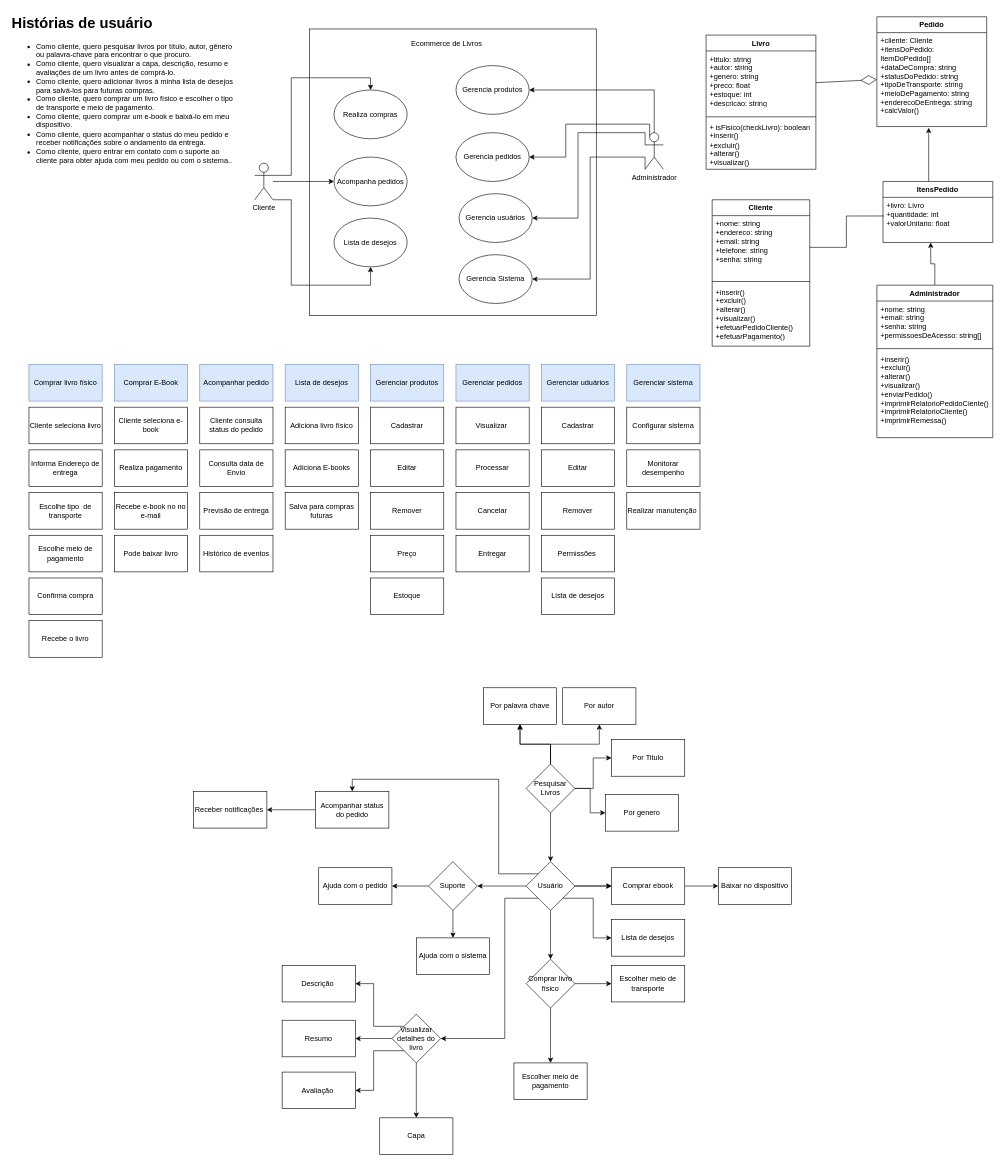
This is Diagrama sem nome.drawio from kadumaia/kadumaia, a draw.io file, before an edit. Source tidied: cells renumbered, new cells numbered last; positions are measured from the earlier drawing's top-left corner, leaving out a move shared by most shapes. Both pictures are drawn from the tidied source at 61%, with x=0, y=0 at pixel (10, 10).
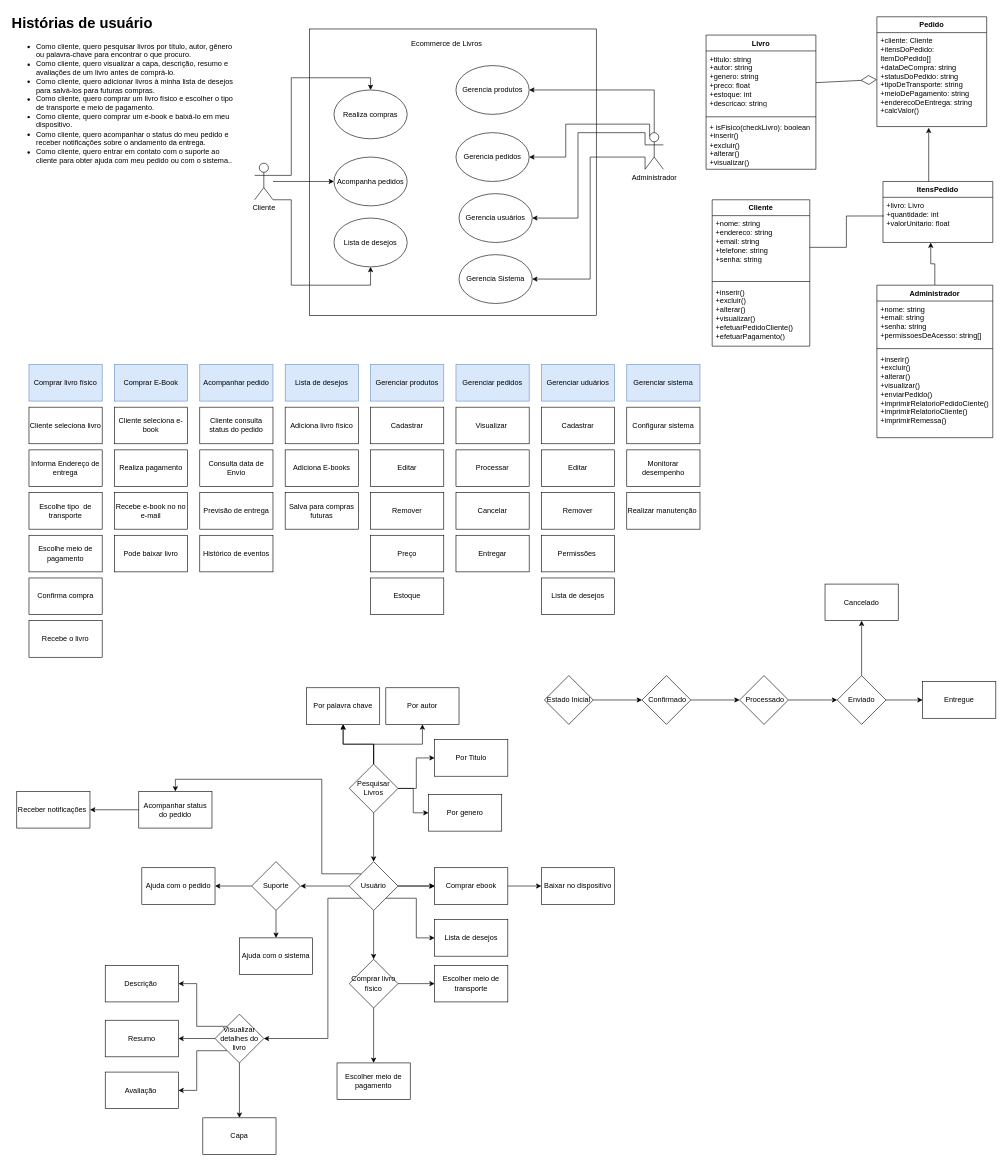
After the change.

Change to the diagram source:
```diff
@@
     <mxCell id="89" value="Pesquisar Livros" style="rhombus;whiteSpace=wrap;html=1;" parent="1" vertex="1">
-      <mxGeometry x="845" y="1235" width="80" height="80" as="geometry" />
+      <mxGeometry x="555" y="1235" width="80" height="80" as="geometry" />
     </mxCell>
     <mxCell id="90" value="Por Titulo" style="whiteSpace=wrap;html=1;" parent="1" vertex="1">
-      <mxGeometry x="985" y="1195" width="120" height="60" as="geometry" />
+      <mxGeometry x="695" y="1195" width="120" height="60" as="geometry" />
     </mxCell>
     <mxCell id="91" value="Por genero" style="whiteSpace=wrap;html=1;" parent="1" vertex="1">
-      <mxGeometry x="975" y="1285" width="120" height="60" as="geometry" />
+      <mxGeometry x="685" y="1285" width="120" height="60" as="geometry" />
     </mxCell>
     <mxCell id="92" value="Por palavra chave" style="whiteSpace=wrap;html=1;" parent="1" vertex="1">
-      <mxGeometry x="775" y="1110" width="120" height="60" as="geometry" />
+      <mxGeometry x="485" y="1110" width="120" height="60" as="geometry" />
     </mxCell>
     <mxCell id="93" value="Por autor" style="rounded=0;whiteSpace=wrap;html=1;" parent="1" vertex="1">
-      <mxGeometry x="905" y="1110" width="120" height="60" as="geometry" />
+      <mxGeometry x="615" y="1110" width="120" height="60" as="geometry" />
     </mxCell>
@@
     <mxCell id="98" style="edgeStyle=orthogonalEdgeStyle;rounded=0;jettySize=auto;html=1;exitX=0;exitY=0;exitDx=0;exitDy=0;entryX=0.5;entryY=0;entryDx=0;entryDy=0;" parent="1" edge="1" source="101" target="116">
       <mxGeometry relative="1" as="geometry">
         <Array as="points">
-          <mxPoint x="800" y="1415" />
-          <mxPoint x="800" y="1260" />
-          <mxPoint x="560" y="1260" />
+          <mxPoint x="510" y="1415" />
+          <mxPoint x="510" y="1260" />
+          <mxPoint x="270" y="1260" />
         </Array>
       </mxGeometry>
     </mxCell>
@@
     <mxCell id="100" style="edgeStyle=orthogonalEdgeStyle;rounded=0;jettySize=auto;html=1;exitX=0;exitY=1;exitDx=0;exitDy=0;entryX=1;entryY=0.5;entryDx=0;entryDy=0;" parent="1" edge="1" source="101" target="123">
       <mxGeometry relative="1" as="geometry">
         <Array as="points">
-          <mxPoint x="810" y="1455" />
-          <mxPoint x="810" y="1685" />
+          <mxPoint x="520" y="1455" />
+          <mxPoint x="520" y="1685" />
         </Array>
       </mxGeometry>
     </mxCell>
     <mxCell id="101" value="Usuário" style="rhombus;whiteSpace=wrap;html=1;" parent="1" vertex="1">
-      <mxGeometry x="845" y="1395" width="80" height="80" as="geometry" />
+      <mxGeometry x="555" y="1395" width="80" height="80" as="geometry" />
     </mxCell>
@@
     <mxCell id="103" value="Comprar ebook" style="whiteSpace=wrap;html=1;" parent="1" vertex="1">
-      <mxGeometry x="985" y="1405" width="120" height="60" as="geometry" />
+      <mxGeometry x="695" y="1405" width="120" height="60" as="geometry" />
     </mxCell>
     <mxCell id="104" value="Baixar no dispositivo" style="whiteSpace=wrap;html=1;" parent="1" vertex="1">
-      <mxGeometry x="1160" y="1405" width="120" height="60" as="geometry" />
+      <mxGeometry x="870" y="1405" width="120" height="60" as="geometry" />
     </mxCell>
@@
     <mxCell id="107" value="Comprar livro físico" style="rhombus;whiteSpace=wrap;html=1;" parent="1" vertex="1">
-      <mxGeometry x="845" y="1555" width="80" height="80" as="geometry" />
+      <mxGeometry x="555" y="1555" width="80" height="80" as="geometry" />
     </mxCell>
     <mxCell id="108" value="Escolher meio de transporte" style="whiteSpace=wrap;html=1;" parent="1" vertex="1">
-      <mxGeometry x="985" y="1565" width="120" height="60" as="geometry" />
+      <mxGeometry x="695" y="1565" width="120" height="60" as="geometry" />
     </mxCell>
     <mxCell id="109" value="Escolher meio de pagamento" style="whiteSpace=wrap;html=1;" parent="1" vertex="1">
-      <mxGeometry x="825" y="1725" width="120" height="60" as="geometry" />
+      <mxGeometry x="535" y="1725" width="120" height="60" as="geometry" />
     </mxCell>
@@
     <mxCell id="112" value="Suporte" style="rhombus;whiteSpace=wrap;html=1;" parent="1" vertex="1">
-      <mxGeometry x="685" y="1395" width="80" height="80" as="geometry" />
+      <mxGeometry x="395" y="1395" width="80" height="80" as="geometry" />
     </mxCell>
     <mxCell id="113" value="Ajuda com o pedido" style="whiteSpace=wrap;html=1;" parent="1" vertex="1">
-      <mxGeometry x="505" y="1405" width="120" height="60" as="geometry" />
+      <mxGeometry x="215" y="1405" width="120" height="60" as="geometry" />
     </mxCell>
     <mxCell id="114" value="Ajuda com o sistema" style="whiteSpace=wrap;html=1;" parent="1" vertex="1">
-      <mxGeometry x="665" y="1520" width="120" height="60" as="geometry" />
+      <mxGeometry x="375" y="1520" width="120" height="60" as="geometry" />
     </mxCell>
@@
     <mxCell id="116" value="Acompanhar status do pedido" style="rounded=0;whiteSpace=wrap;html=1;" parent="1" vertex="1">
-      <mxGeometry x="500" y="1280" width="120" height="60" as="geometry" />
+      <mxGeometry x="210" y="1280" width="120" height="60" as="geometry" />
     </mxCell>
     <mxCell id="117" value="Receber notificações&amp;nbsp;" style="whiteSpace=wrap;html=1;rounded=0;" parent="1" vertex="1">
-      <mxGeometry x="300" y="1280" width="120" height="60" as="geometry" />
+      <mxGeometry x="10" y="1280" width="120" height="60" as="geometry" />
     </mxCell>
     <mxCell id="118" value="Lista de desejos" style="rounded=0;whiteSpace=wrap;html=1;" parent="1" vertex="1">
-      <mxGeometry x="985" y="1490" width="120" height="60" as="geometry" />
+      <mxGeometry x="695" y="1490" width="120" height="60" as="geometry" />
     </mxCell>
@@
     <mxCell id="123" value="Visualizar detalhes do livro" style="rhombus;whiteSpace=wrap;html=1;" parent="1" vertex="1">
-      <mxGeometry x="625" y="1645" width="80" height="80" as="geometry" />
+      <mxGeometry x="335" y="1645" width="80" height="80" as="geometry" />
     </mxCell>
     <mxCell id="124" value="Capa" style="whiteSpace=wrap;html=1;" parent="1" vertex="1">
-      <mxGeometry x="605" y="1815" width="120" height="60" as="geometry" />
+      <mxGeometry x="315" y="1815" width="120" height="60" as="geometry" />
     </mxCell>
     <mxCell id="125" value="Resumo" style="whiteSpace=wrap;html=1;" parent="1" vertex="1">
-      <mxGeometry x="445" y="1655" width="120" height="60" as="geometry" />
+      <mxGeometry x="155" y="1655" width="120" height="60" as="geometry" />
     </mxCell>
     <mxCell id="126" value="Avaliação&amp;nbsp;" style="rounded=0;whiteSpace=wrap;html=1;" parent="1" vertex="1">
-      <mxGeometry x="445" y="1740" width="120" height="60" as="geometry" />
+      <mxGeometry x="155" y="1740" width="120" height="60" as="geometry" />
     </mxCell>
     <mxCell id="127" value="Descrição&amp;nbsp;" style="rounded=0;whiteSpace=wrap;html=1;" parent="1" vertex="1">
-      <mxGeometry x="445" y="1565" width="120" height="60" as="geometry" />
+      <mxGeometry x="155" y="1565" width="120" height="60" as="geometry" />
     </mxCell>
+    <mxCell id="128" style="edgeStyle=orthogonalEdgeStyle;rounded=0;jettySize=auto;html=1;" parent="1" edge="1" source="129" target="131">
+      <mxGeometry relative="1" as="geometry" />
+    </mxCell>
+    <mxCell id="129" value="Estado Inicial" style="rhombus;whiteSpace=wrap;html=1;" parent="1" vertex="1">
+      <mxGeometry x="875" y="1090" width="80" height="80" as="geometry" />
+    </mxCell>
+    <mxCell id="130" style="edgeStyle=orthogonalEdgeStyle;rounded=0;jettySize=auto;html=1;" parent="1" edge="1" source="131" target="133">
+      <mxGeometry relative="1" as="geometry" />
+    </mxCell>
+    <mxCell id="131" value="&amp;nbsp;Confirmado" style="rhombus;whiteSpace=wrap;html=1;" parent="1" vertex="1">
+      <mxGeometry x="1035" y="1090" width="80" height="80" as="geometry" />
+    </mxCell>
+    <mxCell id="132" style="edgeStyle=orthogonalEdgeStyle;rounded=0;jettySize=auto;html=1;" parent="1" edge="1" source="133" target="136">
+      <mxGeometry relative="1" as="geometry" />
+    </mxCell>
+    <mxCell id="133" value="&amp;nbsp;Processado" style="rhombus;whiteSpace=wrap;html=1;" parent="1" vertex="1">
+      <mxGeometry x="1195" y="1090" width="80" height="80" as="geometry" />
+    </mxCell>
+    <mxCell id="134" style="edgeStyle=orthogonalEdgeStyle;rounded=0;jettySize=auto;html=1;" parent="1" edge="1" source="136" target="137">
+      <mxGeometry relative="1" as="geometry" />
+    </mxCell>
+    <mxCell id="135" style="edgeStyle=orthogonalEdgeStyle;rounded=0;jettySize=auto;html=1;" parent="1" edge="1" source="136" target="138">
+      <mxGeometry relative="1" as="geometry" />
+    </mxCell>
+    <mxCell id="136" value="Enviado" style="rhombus;whiteSpace=wrap;html=1;" parent="1" vertex="1">
+      <mxGeometry x="1355" y="1090" width="80" height="80" as="geometry" />
+    </mxCell>
+    <mxCell id="137" value="Entregue" style="whiteSpace=wrap;html=1;" parent="1" vertex="1">
+      <mxGeometry x="1495" y="1100" width="120" height="60" as="geometry" />
+    </mxCell>
+    <mxCell id="138" value="Cancelado" style="whiteSpace=wrap;html=1;" parent="1" vertex="1">
+      <mxGeometry x="1335" y="940" width="120" height="60" as="geometry" />
+    </mxCell>
```
